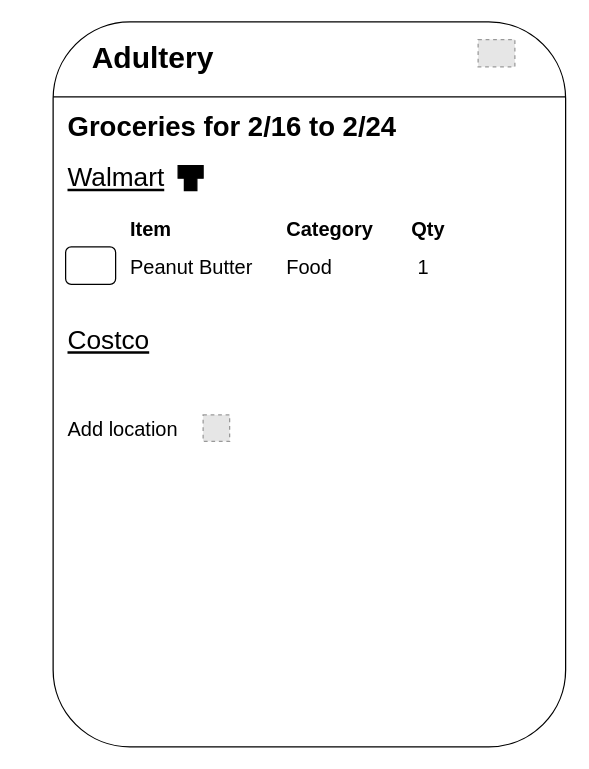
This is page "Shopping List" (6 of 14) of tubular mockups.drawio from jadenmounteer/adultery, a draw.io file, before an edit. Source tidied: cells renumbered, new cells numbered last; positions are measured from the earlier drawing's top-left corner, leaving out a move shared by most shapes. Both pictures are drawn from the tidied source at 125%, with x=0, y=0 at pixel (21, 21). Pictures stored in the file or linked from it are replaced by grey dashed boxes.
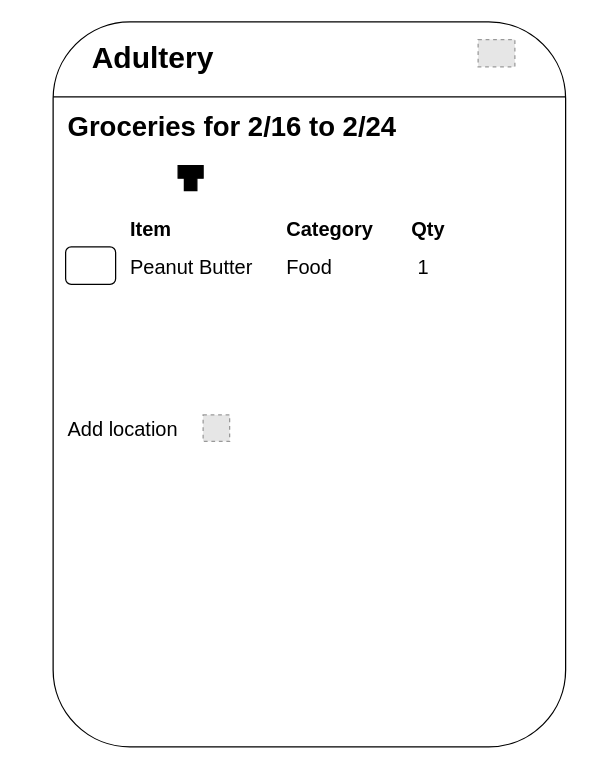
After the change.

What changed in the source:
```diff
@@
-    <mxCell id="6" value="&lt;font style=&quot;font-size: 21px;&quot;&gt;&lt;u&gt;Walmart&lt;/u&gt;&lt;/font&gt;" style="text;html=1;strokeColor=none;fillColor=none;align=left;verticalAlign=middle;whiteSpace=wrap;rounded=0;fontSize=22;" parent="1" vertex="1">
-      <mxGeometry x="35" y="110" width="230" height="30" as="geometry" />
-    </mxCell>
@@
-    <mxCell id="8" value="&lt;font style=&quot;font-size: 21px;&quot;&gt;&lt;u&gt;Costco&lt;/u&gt;&lt;/font&gt;" style="text;html=1;strokeColor=none;fillColor=none;align=left;verticalAlign=middle;whiteSpace=wrap;rounded=0;fontSize=22;" parent="1" vertex="1">
-      <mxGeometry x="35" y="240" width="230" height="30" as="geometry" />
-    </mxCell>
```
